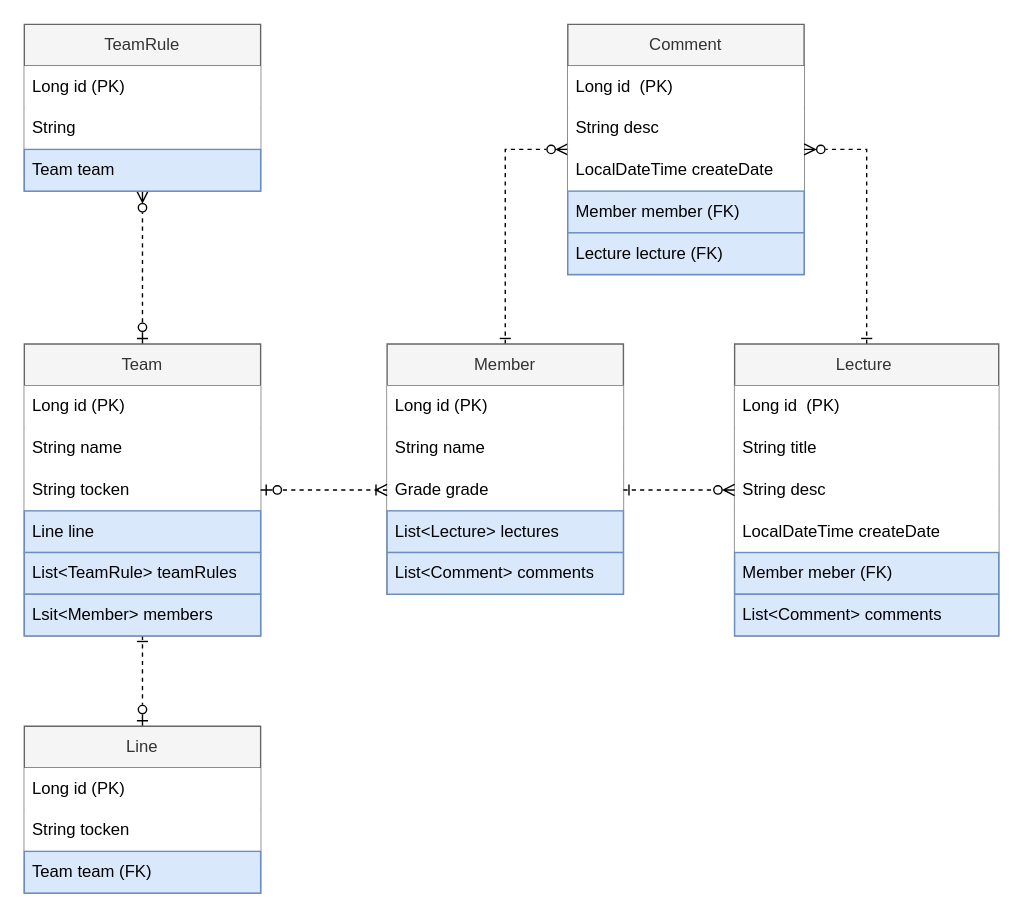
Earlier version of the draw.io diagram ERD.drawio (choideakook/basic1). Source tidied: cells renumbered, new cells numbered last; positions are measured from the earlier drawing's top-left corner, leaving out a move shared by most shapes. Both pictures are drawn from the tidied source at 139%, with x=0, y=0 at pixel (24, 24).
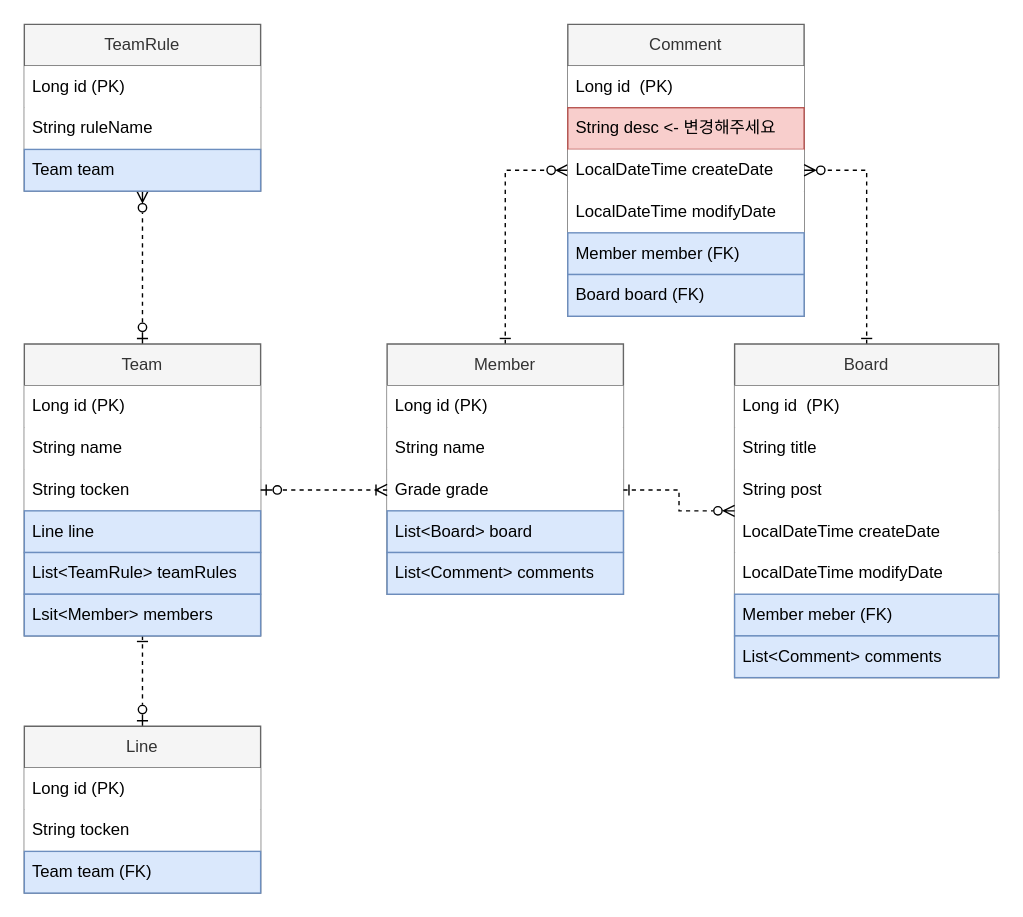
Above is the later version.

The change refers to these unchanged cells:
```xml
<mxCell id="3" value="Member" style="swimlane;fontStyle=0;horizontal=1;startSize=30;whiteSpace=wrap;html=1;fillColor=#f5f5f5;fontColor=#333333;strokeColor=#666666;" parent="1" vertex="1">
  <mxGeometry x="261" y="230" width="170" height="180" as="geometry" />
</mxCell>
<mxCell id="36" value="TeamRule" style="swimlane;fontStyle=0;horizontal=1;startSize=30;whiteSpace=wrap;html=1;fillColor=#f5f5f5;fontColor=#333333;strokeColor=#666666;" parent="1" vertex="1">
  <mxGeometry width="170" height="120" as="geometry" />
</mxCell>
```

Change to the diagram source:
```diff
@@
-    <mxCell id="7" value="List&amp;lt;Lecture&amp;gt; lectures" style="text;strokeColor=#6c8ebf;fillColor=#dae8fc;align=left;verticalAlign=middle;spacingLeft=4;spacingRight=4;overflow=hidden;whiteSpace=wrap;html=1;" parent="3" vertex="1">
+    <mxCell id="7" value="List&amp;lt;Board&amp;gt; board" style="text;strokeColor=#6c8ebf;fillColor=#dae8fc;align=left;verticalAlign=middle;spacingLeft=4;spacingRight=4;overflow=hidden;whiteSpace=wrap;html=1;" parent="3" vertex="1">
       <mxGeometry y="120" width="170" height="30" as="geometry" />
     </mxCell>
@@
     <mxCell id="9" value="Comment" style="swimlane;fontStyle=0;horizontal=1;startSize=30;whiteSpace=wrap;html=1;fillColor=#f5f5f5;fontColor=#333333;strokeColor=#666666;" parent="1" vertex="1">
-      <mxGeometry x="391" width="170" height="180" as="geometry" />
+      <mxGeometry x="391" width="170" height="210" as="geometry" />
     </mxCell>
@@
-    <mxCell id="11" value="String desc" style="text;strokeColor=none;fillColor=default;align=left;verticalAlign=middle;spacingLeft=4;spacingRight=4;overflow=hidden;whiteSpace=wrap;html=1;" parent="9" vertex="1">
+    <mxCell id="11" value="String desc &amp;lt;- 변경해주세요" style="text;strokeColor=#b85450;fillColor=#f8cecc;align=left;verticalAlign=middle;spacingLeft=4;spacingRight=4;overflow=hidden;whiteSpace=wrap;html=1;" parent="9" vertex="1">
       <mxGeometry y="60" width="170" height="30" as="geometry" />
     </mxCell>
@@
+    <mxCell id="42" value="LocalDateTime modifyDate" style="text;align=left;verticalAlign=middle;spacingLeft=4;spacingRight=4;overflow=hidden;whiteSpace=wrap;html=1;fillColor=default;" parent="9" vertex="1">
+      <mxGeometry y="120" width="170" height="30" as="geometry" />
+    </mxCell>
     <mxCell id="13" value="Member member (FK)" style="text;strokeColor=#6c8ebf;fillColor=#dae8fc;align=left;verticalAlign=middle;spacingLeft=4;spacingRight=4;overflow=hidden;whiteSpace=wrap;html=1;" parent="9" vertex="1">
-      <mxGeometry y="120" width="170" height="30" as="geometry" />
+      <mxGeometry y="150" width="170" height="30" as="geometry" />
     </mxCell>
-    <mxCell id="14" value="Lecture lecture&amp;nbsp;(FK)" style="text;strokeColor=#6c8ebf;fillColor=#dae8fc;align=left;verticalAlign=middle;spacingLeft=4;spacingRight=4;overflow=hidden;whiteSpace=wrap;html=1;" parent="9" vertex="1">
-      <mxGeometry y="150" width="170" height="30" as="geometry" />
+    <mxCell id="14" value="Board&amp;nbsp;board (FK)" style="text;strokeColor=#6c8ebf;fillColor=#dae8fc;align=left;verticalAlign=middle;spacingLeft=4;spacingRight=4;overflow=hidden;whiteSpace=wrap;html=1;" parent="9" vertex="1">
+      <mxGeometry y="180" width="170" height="30" as="geometry" />
     </mxCell>
@@
-    <mxCell id="16" value="Lecture&amp;nbsp;" style="swimlane;fontStyle=0;horizontal=1;startSize=30;whiteSpace=wrap;html=1;fillColor=#f5f5f5;fontColor=#333333;strokeColor=#666666;" parent="1" vertex="1">
-      <mxGeometry x="511" y="230" width="190" height="210" as="geometry" />
+    <mxCell id="16" value="Board" style="swimlane;fontStyle=0;horizontal=1;startSize=30;whiteSpace=wrap;html=1;fillColor=#f5f5f5;fontColor=#333333;strokeColor=#666666;" parent="1" vertex="1">
+      <mxGeometry x="511" y="230" width="190" height="240" as="geometry" />
     </mxCell>
@@
-    <mxCell id="19" value="String desc" style="text;strokeColor=none;fillColor=default;align=left;verticalAlign=middle;spacingLeft=4;spacingRight=4;overflow=hidden;whiteSpace=wrap;html=1;" parent="16" vertex="1">
+    <mxCell id="19" value="String post" style="text;strokeColor=none;fillColor=default;align=left;verticalAlign=middle;spacingLeft=4;spacingRight=4;overflow=hidden;whiteSpace=wrap;html=1;" parent="16" vertex="1">
       <mxGeometry y="90" width="190" height="30" as="geometry" />
     </mxCell>
@@
+    <mxCell id="43" value="LocalDateTime modifyDate" style="text;align=left;verticalAlign=middle;spacingLeft=4;spacingRight=4;overflow=hidden;whiteSpace=wrap;html=1;fillColor=default;" parent="16" vertex="1">
+      <mxGeometry y="150" width="190" height="30" as="geometry" />
+    </mxCell>
     <mxCell id="21" value="Member meber&amp;nbsp;(FK)" style="text;strokeColor=#6c8ebf;fillColor=#dae8fc;align=left;verticalAlign=middle;spacingLeft=4;spacingRight=4;overflow=hidden;whiteSpace=wrap;html=1;" parent="16" vertex="1">
-      <mxGeometry y="150" width="190" height="30" as="geometry" />
+      <mxGeometry y="180" width="190" height="30" as="geometry" />
     </mxCell>
     <mxCell id="22" value="List&amp;lt;Comment&amp;gt; comments" style="text;strokeColor=#6c8ebf;fillColor=#dae8fc;align=left;verticalAlign=middle;spacingLeft=4;spacingRight=4;overflow=hidden;whiteSpace=wrap;html=1;" parent="16" vertex="1">
-      <mxGeometry y="180" width="190" height="30" as="geometry" />
+      <mxGeometry y="210" width="190" height="30" as="geometry" />
     </mxCell>
@@
-    <mxCell id="38" value="String&amp;nbsp;" style="text;strokeColor=none;fillColor=default;align=left;verticalAlign=middle;spacingLeft=4;spacingRight=4;overflow=hidden;whiteSpace=wrap;html=1;" parent="36" vertex="1">
+    <mxCell id="38" value="String ruleName" style="text;strokeColor=none;fillColor=default;align=left;verticalAlign=middle;spacingLeft=4;spacingRight=4;overflow=hidden;whiteSpace=wrap;html=1;" parent="36" vertex="1">
       <mxGeometry y="60" width="170" height="30" as="geometry" />
     </mxCell>
```
